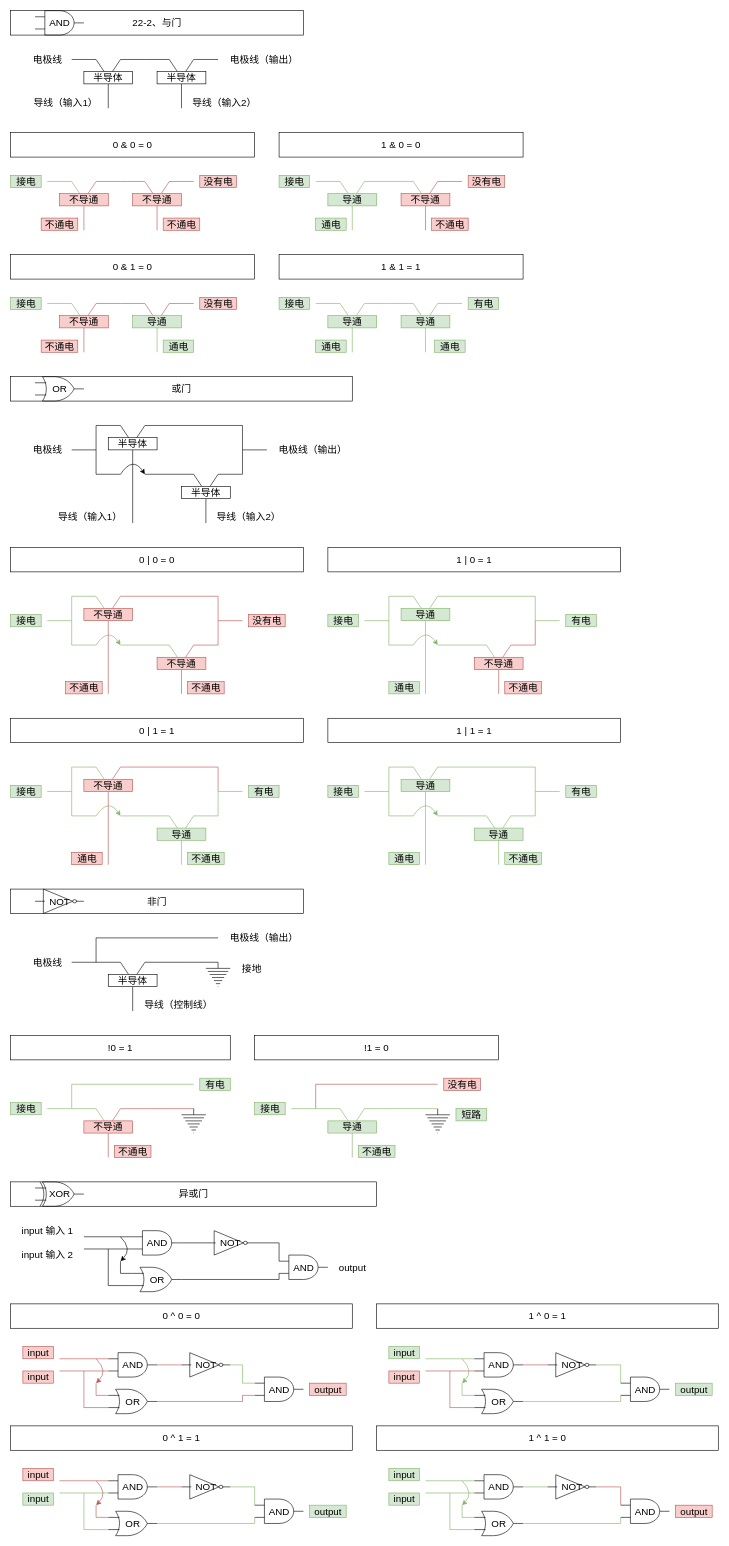
KelipuTe/note keeps this draw.io diagram as 计算机/硬件/逻辑门.drawio. Above is the earlier version. Source tidied: cells renumbered, new cells numbered last; positions are measured from the earlier drawing's top-left corner, leaving out a move shared by most shapes. Both pictures are drawn from the tidied source at 61%, with x=0, y=0 at pixel (10, 10).
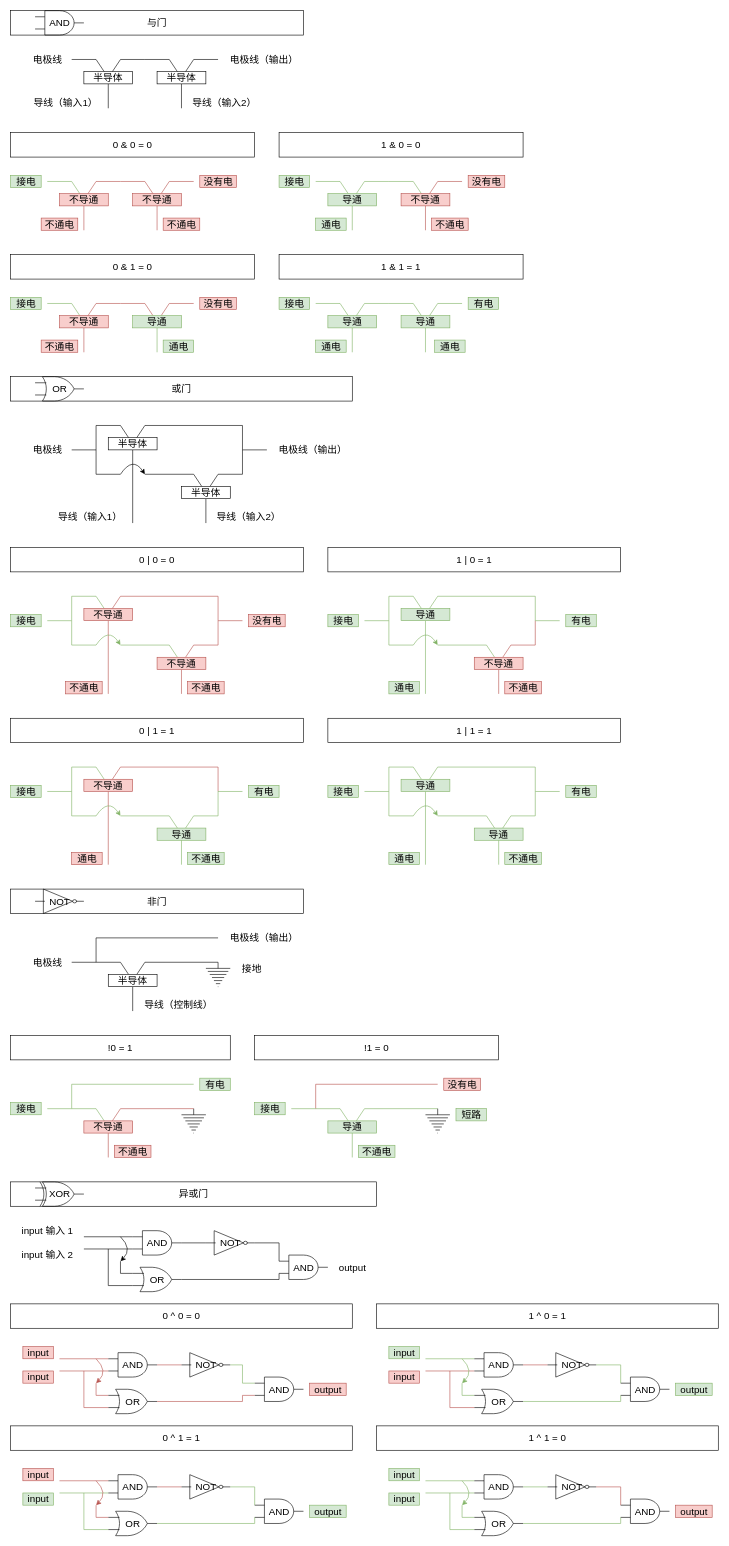
The same diagram, later.

The edit, as a diff of the source:
```diff
@@
-    <mxCell id="2" value="22-2、与门" style="rounded=0;whiteSpace=wrap;html=1;fontSize=16;fillColor=none;" parent="1" vertex="1">
+    <mxCell id="2" value="与门" style="rounded=0;whiteSpace=wrap;html=1;fontSize=16;fillColor=none;" parent="1" vertex="1">
       <mxGeometry width="480" height="40" as="geometry" />
     </mxCell>
```
